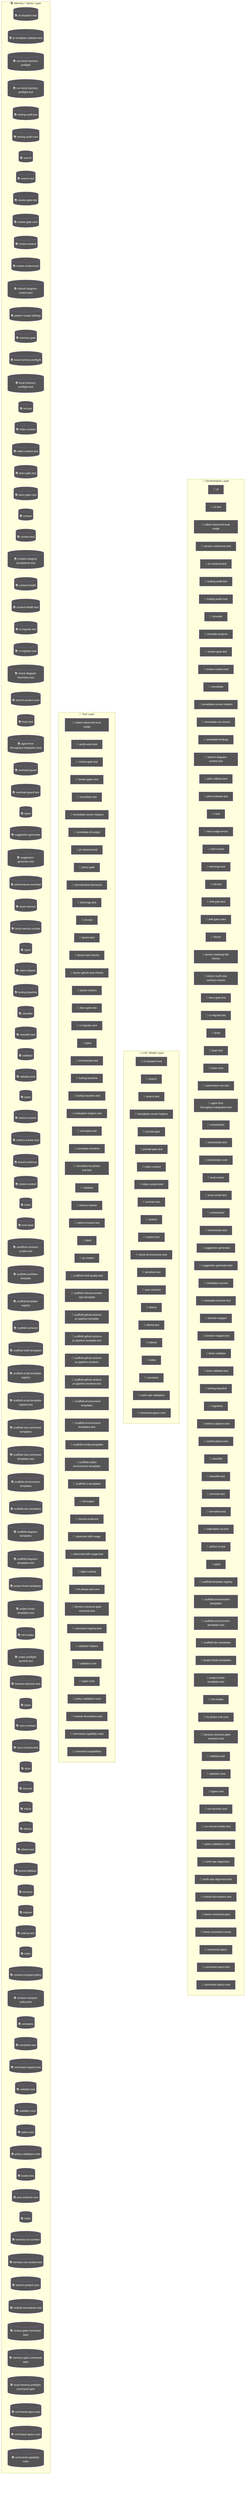
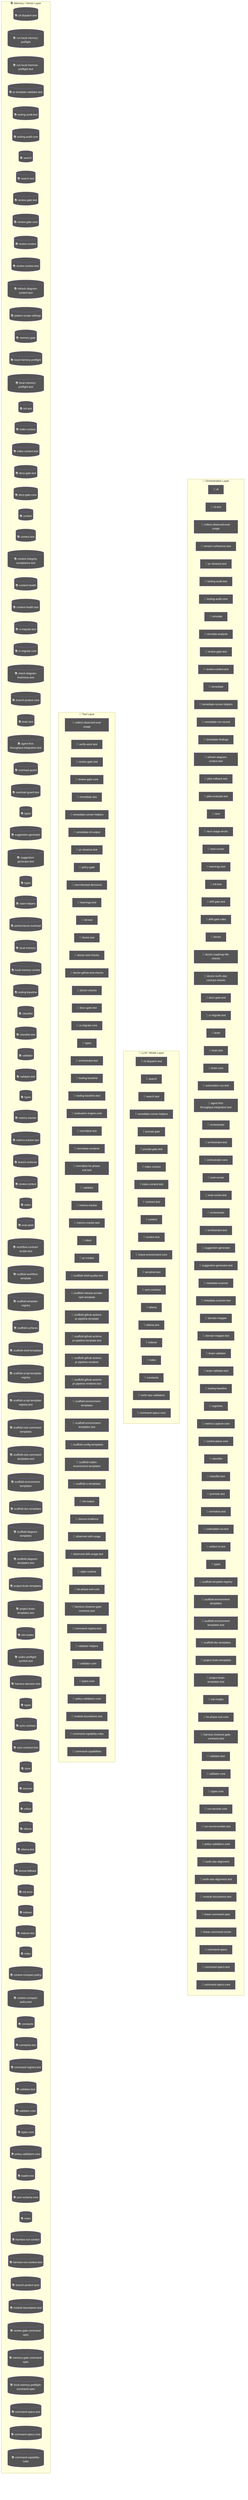
flowchart TD
  subgraph Orchestration["🎯 Orchestration Layer"]
    cli_99bb8840["🤖 cli"]
    cli_test_4851f28b["🤖 cli.test"]
    node_agent_mmd_orchestration_layer_orchestration_coll_37781291["🤖 collect-observed-eval-usage"]
    version_coherence_test_b81c6d8e["🤖 version-coherence.test"]
    pr_closeout_test_12a1ffdd["🤖 pr-closeout.test"]
    node_agent_mmd_orchestration_layer_orchestration_tool_5f9f8adf["🤖 tooling-audit.test"]
    node_agent_mmd_orchestration_layer_orchestration_tool_acfe0c01["🤖 tooling-audit-core"]
    simulate_b9efe395["🤖 simulate"]
    simulate_analysis_164a460c["🤖 simulate-analysis"]
    node_agent_mmd_orchestration_layer_orchestration_revi_ae9f100c["🤖 review-gate.test"]
    node_agent_mmd_orchestration_layer_orchestration_revi_84f25e5b["🤖 review-context.test"]
    remediate_06b9c7fc["🤖 remediate"]
    node_agent_mmd_orchestration_layer_orchestration_reme_359fe98f["🤖 remediate-runner-helpers"]
    remediate_run_record_9dfe5dc1["🤖 remediate-run-record"]
    remediate_findings_8b09c8c6["🤖 remediate-findings"]
    node_agent_mmd_orchestration_layer_orchestration_refr_10a87984["🤖 refresh-diagram-context.test"]
    pilot_rollback_test_e61d5a2b["🤖 pilot-rollback.test"]
    pilot_evaluate_test_a2ac06fc["🤖 pilot-evaluate.test"]
    next_c6c1c9a9["🤖 next"]
    next_usage_errors_837a345a["🤖 next-usage-errors"]
    next_runner_41643472["🤖 next-runner"]
    node_agent_mmd_orchestration_layer_orchestration_lear_5a2a5b08["🤖 learnings.test"]
    node_agent_mmd_orchestration_layer_orchestration_init_daf6ae1b["🤖 init.test"]
    drift_gate_test_816765e3["🤖 drift-gate.test"]
    drift_gate_rules_9685e72d["🤖 drift-gate-rules"]
    doctor_72f4be89["🤖 doctor"]
    doctor_roadmap_file_checks_14447b8e["🤖 doctor-roadmap-file-checks"]
    doctor_north_star_contract_checks_0048124c["🤖 doctor-north-star-contract-checks"]
    node_agent_mmd_orchestration_layer_orchestration_docs_22c7ae60["🤖 docs-gate.test"]
    node_agent_mmd_orchestration_layer_orchestration_ci_m_a6704d8b["🤖 ci-migrate.test"]
    brain_bbbf7a64["🤖 brain"]
    node_agent_mmd_orchestration_layer_orchestration_brai_9c019b6e["🤖 brain.test"]
    brain_core_aa07c380["🤖 brain-core"]
    automation_run_test_7b21d905["🤖 automation-run.test"]
    node_agent_mmd_orchestration_layer_orchestration_agen_eb715f44["🤖 agent-first-throughput.integration.test"]
    orchestrator_11376b7e["🤖 orchestrator"]
    orchestrator_test_18d2fe26["🤖 orchestrator.test"]
    orchestrator_core_d0678b53["🤖 orchestrator-core"]
    eval_runner_0966a6b3["🤖 eval-runner"]
    eval_runner_test_962c8c18["🤖 eval-runner.test"]
    orchestrator_1_6b7137c5["🤖 orchestrator"]
    node_agent_mmd_orchestration_layer_orchestration_orch_af4e7416["🤖 orchestrator.test"]
    node_agent_mmd_orchestration_layer_orchestration_sugg_85c5ebe3["🤖 suggestion-generator"]
    node_agent_mmd_orchestration_layer_orchestration_sugg_d0ad9d8e["🤖 suggestion-generator.test"]
    metadata_scanner_6a101b66["🤖 metadata-scanner"]
    metadata_scanner_test_faee743d["🤖 metadata-scanner.test"]
    domain_mapper_cd9333d2["🤖 domain-mapper"]
    domain_mapper_test_dc5a9896["🤖 domain-mapper.test"]
    brain_validator_be251832["🤖 brain-validator"]
    brain_validator_test_5e40cb72["🤖 brain-validator.test"]
    node_agent_mmd_orchestration_layer_orchestration_tool_cc43149f["🤖 tooling-baseline"]
    registries_06402afa["🤖 registries"]
    metrics_capture_core_db4bf7cf["🤖 metrics-capture-core"]
    control_plane_core_db3b4cb2["🤖 control-plane-core"]
    node_agent_mmd_orchestration_layer_orchestration_clas_899b821a["🤖 classifier"]
    node_agent_mmd_orchestration_layer_orchestration_clas_402e0b3f["🤖 classifier.test"]
    promote_test_5c615269["🤖 promote.test"]
    normalise_test_1_6643dd83["🤖 normalise.test"]
    coderabbit_csv_test_1f36d0a4["🤖 coderabbit-csv.test"]
    artifact_io_test_aac02da3["🤖 artifact-io.test"]
    types_15_86775c96["🤖 types"]
    node_agent_mmd_orchestration_layer_orchestration_scaf_ff8f92f6["🤖 scaffold-template-registry"]
    node_agent_mmd_orchestration_layer_orchestration_scaf_c9a90c2f["🤖 scaffold-environment-templates"]
    node_agent_mmd_orchestration_layer_orchestration_scaf_78d57a93["🤖 scaffold-environment-templates.test"]
    node_agent_mmd_orchestration_layer_orchestration_scaf_12cc07db["🤖 scaffold-doc-templates"]
    node_agent_mmd_orchestration_layer_orchestration_proj_6ab6f60f["🤖 project-brain-templates"]
    node_agent_mmd_orchestration_layer_orchestration_proj_d78b2f4f["🤖 project-brain-templates.test"]
    node_agent_mmd_orchestration_layer_orchestration_init_2a9c3ecb["🤖 init-modes"]
    node_agent_mmd_orchestration_layer_orchestration_he_p_fc778c24["🤖 he-phase-exit-core"]
    node_agent_mmd_orchestration_layer_orchestration_harn_7761fad1["🤖 harness-closeout-gate-contracts.test"]
    node_agent_mmd_orchestration_layer_orchestration_vali_a3b17e45["🤖 validator.test"]
    node_agent_mmd_orchestration_layer_orchestration_vali_d9fe99e6["🤖 validator-core"]
    node_agent_mmd_orchestration_layer_orchestration_type_7cf81261["🤖 types-core"]
    run_records_core_89286dfa["🤖 run-records-core"]
    run_record_emitter_test_5475c0da["🤖 run-record-emitter.test"]
    node_agent_mmd_orchestration_layer_orchestration_poli_3270b55d["🤖 policy-validators-core"]
    north_star_alignment_00440188["🤖 north-star-alignment"]
    north_star_alignment_test_3ae1d69b["🤖 north-star-alignment.test"]
    node_agent_mmd_orchestration_layer_orchestration_modu_72373e29["🤖 module-boundaries.test"]
    linear_command_spec_1e12dd44["🤖 linear-command-spec"]
    linear_command_runner_4a740dfc["🤖 linear-command-runner"]
    command_specs_69167c63["🤖 command-specs"]
    node_agent_mmd_orchestration_layer_orchestration_comm_a137ef0a["🤖 command-specs.test"]
    node_agent_mmd_orchestration_layer_orchestration_comm_1f8cc24c["🤖 command-specs-core"]
  end
  subgraph LLMLayer["🧠 LLM / Model Layer"]
    node_agent_mmd_llm_model_layer_llmlayer_cli_dispatch__7ecbc6e7["💡 cli-dispatch.test"]
    node_agent_mmd_llm_model_layer_llmlayer_search_search_66b9a911["💡 search"]
    node_agent_mmd_llm_model_layer_llmlayer_search_test_s_72d50705["💡 search.test"]
    node_agent_mmd_llm_model_layer_llmlayer_remediate_run_9e3d4585["💡 remediate-runner-helpers"]
    prompt_gate_c5e9d207["💡 prompt-gate"]
    prompt_gate_test_1a442b27["💡 prompt-gate.test"]
    node_agent_mmd_llm_model_layer_llmlayer_index_context_1041bd11["💡 index-context"]
    node_agent_mmd_llm_model_layer_llmlayer_index_context_7e927b45["💡 index-context.test"]
    contract_test_2262847f["💡 contract.test"]
    node_agent_mmd_llm_model_layer_llmlayer_context_conte_ad2dfbd9["💡 context"]
    node_agent_mmd_llm_model_layer_llmlayer_context_test__32277db3["💡 context.test"]
    check_environment_core_2c16213f["💡 check-environment-core"]
    sensitive_text_7c11f760["💡 sensitive-text"]
    node_agent_mmd_llm_model_layer_llmlayer_sync_contract_9f3cc8c1["💡 sync-contract"]
    node_agent_mmd_llm_model_layer_llmlayer_ollama_ollama_968b23fa["💡 ollama"]
    node_agent_mmd_llm_model_layer_llmlayer_ollama_test_o_d62a0b5a["💡 ollama.test"]
    node_agent_mmd_llm_model_layer_llmlayer_indexer_index_4f4deef5["💡 indexer"]
    node_agent_mmd_llm_model_layer_llmlayer_index_index_1_02e160ff["💡 index"]
    node_agent_mmd_llm_model_layer_llmlayer_constants_con_c9bd3f6c["💡 constants"]
    north_star_validators_cfc926ce["💡 north-star-validators"]
    node_agent_mmd_llm_model_layer_llmlayer_command_specs_782af9fa["💡 command-specs-core"]
  end
  subgraph ToolLayer["🔧 Tool Layer"]
    node_agent_mmd_tool_layer_toollayer_collect_observed__f30f627d["🔧 collect-observed-eval-usage"]
    verify_work_test_0e12f6c5["🔧 verify-work.test"]
    node_agent_mmd_tool_layer_toollayer_review_gate_test__548e6c28["🔧 review-gate.test"]
    node_agent_mmd_tool_layer_toollayer_review_gate_core__7704598b["🔧 review-gate-core"]
    remediate_test_6f59cafe["🔧 remediate.test"]
    node_agent_mmd_tool_layer_toollayer_remediate_runner__c003b871["🔧 remediate-runner-helpers"]
    remediate_cli_output_cc165396["🔧 remediate-cli-output"]
    pr_closeout_test_1_be1a0df1["🔧 pr-closeout.test"]
    policy_gate_213f7313["🔧 policy-gate"]
    next_blocked_decisions_4140ad2b["🔧 next-blocked-decisions"]
    node_agent_mmd_tool_layer_toollayer_learnings_test_le_d61f175f["🔧 learnings.test"]
    node_agent_mmd_tool_layer_toollayer_init_test_init_te_ae014ee3["🔧 init.test"]
    doctor_test_e032e8b5["🔧 doctor.test"]
    doctor_tool_checks_4acac51a["🔧 doctor-tool-checks"]
    doctor_github_tool_checks_a53b0382["🔧 doctor-github-tool-checks"]
    doctor_checks_5a2eb2b9["🔧 doctor-checks"]
    node_agent_mmd_tool_layer_toollayer_docs_gate_test_do_ca0c4c21["🔧 docs-gate.test"]
    node_agent_mmd_tool_layer_toollayer_ci_migrate_core_c_049f8460["🔧 ci-migrate-core"]
    types_1_4ecdf56e["🔧 types"]
    node_agent_mmd_tool_layer_toollayer_orchestrator_test_b563c528["🔧 orchestrator.test"]
    node_agent_mmd_tool_layer_toollayer_tooling_baseline__61e66e9f["🔧 tooling-baseline"]
    tooling_baseline_test_d272ddb6["🔧 tooling-baseline.test"]
    evaluation_engine_core_e054fe49["🔧 evaluation-engine-core"]
    normalise_test_73e8a615["🔧 normalise.test"]
    normalise_renderer_85f2e563["🔧 normalise-renderer"]
    normalise_he_phase_exit_test_1788efc4["🔧 normalise-he-phase-exit.test"]
    node_agent_mmd_tool_layer_toollayer_validator_validat_96a84a52["🔧 validator"]
    node_agent_mmd_tool_layer_toollayer_metrics_tracker_m_4c9237d8["🔧 metrics-tracker"]
    node_agent_mmd_tool_layer_toollayer_metrics_tracker_t_8947b778["🔧 metrics-tracker.test"]
    client_1_914e1681["🔧 client"]
    pr_creator_dc6b1ea4["🔧 pr-creator"]
    scaffold_shell_quality_test_79567d03["🔧 scaffold-shell-quality.test"]
    scaffold_release_private_npm_template_075499f8["🔧 scaffold-release-private-npm-template"]
    scaffold_github_actions_pr_pipeline_template_e2b85f62["🔧 scaffold-github-actions-pr-pipeline-template"]
    scaffold_github_actions_pr_pipeline_template_test_be464a7b["🔧 scaffold-github-actions-pr-pipeline-template.test"]
    scaffold_github_actions_pr_pipeline_renderer_1ee18de5["🔧 scaffold-github-actions-pr-pipeline-renderer"]
    scaffold_github_actions_pr_pipeline_renderer_test_2cc38272["🔧 scaffold-github-actions-pr-pipeline-renderer.test"]
    node_agent_mmd_tool_layer_toollayer_scaffold_environm_c1afc013["🔧 scaffold-environment-templates"]
    node_agent_mmd_tool_layer_toollayer_scaffold_environm_1a8f8168["🔧 scaffold-environment-templates.test"]
    scaffold_config_templates_4b80ce53["🔧 scaffold-config-templates"]
    scaffold_codex_environment_templates_334fbbed["🔧 scaffold-codex-environment-templates"]
    scaffold_ci_templates_2afd6392["🔧 scaffold-ci-templates"]
    init_output_360dce91["🔧 init-output"]
    closure_evidence_aaa31467["🔧 closure-evidence"]
    observed_skill_usage_ed7d5930["🔧 observed-skill-usage"]
    observed_skill_usage_test_311c215a["🔧 observed-skill-usage.test"]
    ralph_runtime_73d63c0e["🔧 ralph-runtime"]
    node_agent_mmd_tool_layer_toollayer_he_phase_exit_cor_af016160["🔧 he-phase-exit-core"]
    node_agent_mmd_tool_layer_toollayer_harness_closeout__df9d1dab["🔧 harness-closeout-gate-contracts.test"]
    node_agent_mmd_tool_layer_toollayer_command_registry__cce57abe["🔧 command-registry.test"]
    validator_helpers_7b927667["🔧 validator-helpers"]
    node_agent_mmd_tool_layer_toollayer_validator_core_va_6ef6131f["🔧 validator-core"]
    node_agent_mmd_tool_layer_toollayer_types_core_types__6c8319b6["🔧 types-core"]
    node_agent_mmd_tool_layer_toollayer_policy_validators_af136abf["🔧 policy-validators-core"]
    node_agent_mmd_tool_layer_toollayer_module_boundaries_fecf90b5["🔧 module-boundaries.test"]
    node_agent_mmd_tool_layer_toollayer_command_capabilit_e97a4615["🔧 command-capability-rules"]
    command_capabilities_a4d5c71e["🔧 command-capabilities"]
  end
  subgraph MemoryLayer["📚 Memory / Vector Layer"]
    node_agent_mmd_memory_vector_layer_memorylayer_cli_di_c121353b[("📚 cli-dispatch.test")]
-     pr_template_validator_test_569b1cef[("📚 pr-template-validator.test")]
    run_local_memory_preflight_36e92808[("📚 run-local-memory-preflight")]
    run_local_memory_preflight_test_1d7c5aa0[("📚 run-local-memory-preflight.test")]
+     pr_template_validator_test_569b1cef[("📚 pr-template-validator.test")]
    node_agent_mmd_memory_vector_layer_memorylayer_toolin_48be0fc9[("📚 tooling-audit.test")]
    node_agent_mmd_memory_vector_layer_memorylayer_toolin_a1185b8f[("📚 tooling-audit-core")]
    node_agent_mmd_memory_vector_layer_memorylayer_search_ac35cb7e[("📚 search")]
    node_agent_mmd_memory_vector_layer_memorylayer_search_ebbe6c53[("📚 search.test")]
    node_agent_mmd_memory_vector_layer_memorylayer_review_e0e0b257[("📚 review-gate.test")]
    node_agent_mmd_memory_vector_layer_memorylayer_review_5bee9816[("📚 review-gate-core")]
    review_context_ca6cf81d[("📚 review-context")]
    node_agent_mmd_memory_vector_layer_memorylayer_review_3255d3cf[("📚 review-context.test")]
    node_agent_mmd_memory_vector_layer_memorylayer_refres_b1a0f415[("📚 refresh-diagram-context.test")]
    pattern_scope_siblings_43abe000[("📚 pattern-scope-siblings")]
    memory_gate_a577a506[("📚 memory-gate")]
    local_memory_preflight_dcc36c42[("📚 local-memory-preflight")]
    local_memory_preflight_test_5e323bbf[("📚 local-memory-preflight.test")]
    node_agent_mmd_memory_vector_layer_memorylayer_init_t_bac0fb9d[("📚 init.test")]
    node_agent_mmd_memory_vector_layer_memorylayer_index__6f3402d0[("📚 index-context")]
    node_agent_mmd_memory_vector_layer_memorylayer_index__46fc46d7[("📚 index-context.test")]
    node_agent_mmd_memory_vector_layer_memorylayer_docs_g_2ab7a620[("📚 docs-gate.test")]
    docs_gate_core_eb9b6c18[("📚 docs-gate-core")]
    node_agent_mmd_memory_vector_layer_memorylayer_contex_78ceaaa9[("📚 context")]
    node_agent_mmd_memory_vector_layer_memorylayer_contex_4e7cab00[("📚 context.test")]
    context_integrity_acceptance_test_59f961b1[("📚 context-integrity-acceptance.test")]
    context_health_80bb7da9[("📚 context-health")]
    context_health_test_3b5b87f3[("📚 context-health.test")]
    node_agent_mmd_memory_vector_layer_memorylayer_ci_mig_df76706f[("📚 ci-migrate.test")]
    node_agent_mmd_memory_vector_layer_memorylayer_ci_mig_0cd5b1a4[("📚 ci-migrate-core")]
    check_diagram_freshness_test_c1dc40aa[("📚 check-diagram-freshness.test")]
    branch_protect_core_a8feb0fd[("📚 branch-protect-core")]
    node_agent_mmd_memory_vector_layer_memorylayer_brain__80b5ea48[("📚 brain.test")]
    node_agent_mmd_memory_vector_layer_memorylayer_agent__6f084ab8[("📚 agent-first-throughput.integration.test")]
    overload_guard_2748c559[("📚 overload-guard")]
    overload_guard_test_6ece9f86[("📚 overload-guard.test")]
-     types_3_9675d69b[("📚 types")]
+     types_4_822d0f88[("📚 types")]
    node_agent_mmd_memory_vector_layer_memorylayer_sugges_267f408d[("📚 suggestion-generator")]
    node_agent_mmd_memory_vector_layer_memorylayer_sugges_b043d150[("📚 suggestion-generator.test")]
+     types_7_2f1ed65e[("📚 types")]
+     claim_helpers_20dc8387[("📚 claim-helpers")]
    performance_overload_c685bfcf[("📚 performance-overload")]
    local_memory_0db17ecc[("📚 local-memory")]
    local_memory_smoke_1175abfc[("📚 local-memory-smoke")]
-     types_8_f6283648[("📚 types")]
-     claim_helpers_20dc8387[("📚 claim-helpers")]
    node_agent_mmd_memory_vector_layer_memorylayer_toolin_14f86b00[("📚 tooling-baseline")]
    node_agent_mmd_memory_vector_layer_memorylayer_classi_1ebbf5ff[("📚 classifier")]
    node_agent_mmd_memory_vector_layer_memorylayer_classi_58e617e7[("📚 classifier.test")]
    node_agent_mmd_memory_vector_layer_memorylayer_valida_1b167f63[("📚 validator")]
    validator_test_1_c5015ca0[("📚 validator.test")]
    types_12_2b09659a[("📚 types")]
    node_agent_mmd_memory_vector_layer_memorylayer_metric_12562178[("📚 metrics-tracker")]
    node_agent_mmd_memory_vector_layer_memorylayer_metric_74129788[("📚 metrics-tracker.test")]
    branch_enforcer_acb749cd[("📚 branch-enforcer")]
    review_context_1_e3afed15[("📚 review-context")]
    index_2_10143590[("📚 index")]
    eval_seed_5699fd3e[("📚 eval-seed")]
    workflow_contract_scripts_test_681e2e3c[("📚 workflow-contract-scripts.test")]
    scaffold_workflow_template_92310587[("📚 scaffold-workflow-template")]
    node_agent_mmd_memory_vector_layer_memorylayer_scaffo_a86eece1[("📚 scaffold-template-registry")]
    scaffold_surfaces_12d6494e[("📚 scaffold-surfaces")]
    scaffold_shell_templates_0ad0f915[("📚 scaffold-shell-templates")]
    scaffold_script_template_registry_69312d4e[("📚 scaffold-script-template-registry")]
    scaffold_script_template_registry_test_6a8ebefe[("📚 scaffold-script-template-registry.test")]
    scaffold_root_command_templates_404fed7f[("📚 scaffold-root-command-templates")]
    scaffold_root_command_templates_test_14596939[("📚 scaffold-root-command-templates.test")]
    node_agent_mmd_memory_vector_layer_memorylayer_scaffo_12b42341[("📚 scaffold-environment-templates")]
    node_agent_mmd_memory_vector_layer_memorylayer_scaffo_5fd73b94[("📚 scaffold-doc-templates")]
    scaffold_diagram_templates_dd88e83c[("📚 scaffold-diagram-templates")]
    scaffold_diagram_templates_test_f3774c28[("📚 scaffold-diagram-templates.test")]
    node_agent_mmd_memory_vector_layer_memorylayer_projec_3ae304d9[("📚 project-brain-templates")]
    node_agent_mmd_memory_vector_layer_memorylayer_projec_6048335b[("📚 project-brain-templates.test")]
    node_agent_mmd_memory_vector_layer_memorylayer_init_m_333d02c5[("📚 init-modes")]
    codex_preflight_symlink_test_037558db[("📚 codex-preflight-symlink.test")]
    harness_decision_test_7e5a4fe5[("📚 harness-decision.test")]
    types_18_37582e2a[("📚 types")]
    node_agent_mmd_memory_vector_layer_memorylayer_sync_c_e43418bc[("📚 sync-contract")]
    sync_contract_test_5dc3165c[("📚 sync-contract.test")]
    store_824d80d7[("📚 store")]
    sources_1_e133d97d[("📚 sources")]
    rollout_a4fa034c[("📚 rollout")]
    node_agent_mmd_memory_vector_layer_memorylayer_ollama_6d51be16[("📚 ollama")]
    node_agent_mmd_memory_vector_layer_memorylayer_ollama_d800c0c4[("📚 ollama.test")]
    lexical_fallback_723e2b3e[("📚 lexical-fallback")]
    init_error_5c7dd49f[("📚 init-error")]
    node_agent_mmd_memory_vector_layer_memorylayer_indexe_93e6d86f[("📚 indexer")]
    indexer_test_d492f0aa[("📚 indexer.test")]
    node_agent_mmd_memory_vector_layer_memorylayer_index__752bc61e[("📚 index")]
    context_compact_policy_3dcaf95d[("📚 context-compact-policy")]
    context_compact_policy_test_da148267[("📚 context-compact-policy.test")]
    node_agent_mmd_memory_vector_layer_memorylayer_consta_702d3f46[("📚 constants")]
    constants_test_5492ae98[("📚 constants.test")]
    node_agent_mmd_memory_vector_layer_memorylayer_comman_362247bb[("📚 command-registry.test")]
    node_agent_mmd_memory_vector_layer_memorylayer_valida_caacfcdf[("📚 validator.test")]
    node_agent_mmd_memory_vector_layer_memorylayer_valida_41034356[("📚 validator-core")]
    node_agent_mmd_memory_vector_layer_memorylayer_types__83f369fa[("📚 types-core")]
    node_agent_mmd_memory_vector_layer_memorylayer_policy_1944de42[("📚 policy-validators-core")]
    loader_test_03424671[("📚 loader.test")]
    json_schema_core_96d7e328[("📚 json-schema-core")]
    index_6_fc9e91e2[("📚 index")]
    harness_run_context_ac7c77a9[("📚 harness-run-context")]
    harness_run_context_test_c6937fed[("📚 harness-run-context.test")]
    branch_protect_sync_570adb18[("📚 branch-protect-sync")]
    node_agent_mmd_memory_vector_layer_memorylayer_module_9bfd18b1[("📚 module-boundaries.test")]
    review_gate_command_spec_3187376a[("📚 review-gate-command-spec")]
    memory_gate_command_spec_dc9001a9[("📚 memory-gate-command-spec")]
    local_memory_preflight_command_spec_9e23f3ce[("📚 local-memory-preflight-command-spec")]
    node_agent_mmd_memory_vector_layer_memorylayer_comman_d36d1650[("📚 command-specs.test")]
    node_agent_mmd_memory_vector_layer_memorylayer_comman_111eb454[("📚 command-specs-core")]
    node_agent_mmd_memory_vector_layer_memorylayer_comman_c72a5d05[("📚 command-capability-rules")]
  end
  classDef agentNode fill:#555,color:#fff
  class cli_99bb8840,cli_test_4851f28b,node_agent_mmd_orchestration_layer_orchestration_coll_37781291,node_agent_mmd_tool_layer_toollayer_collect_observed__f30f627d,version_coherence_test_b81c6d8e,pr_closeout_test_12a1ffdd,node_agent_mmd_orchestration_layer_orchestration_tool_5f9f8adf,node_agent_mmd_memory_vector_layer_memorylayer_toolin_48be0fc9,node_agent_mmd_orchestration_layer_orchestration_tool_acfe0c01,node_agent_mmd_memory_vector_layer_memorylayer_toolin_a1185b8f,simulate_b9efe395,simulate_analysis_164a460c,node_agent_mmd_orchestration_layer_orchestration_revi_ae9f100c,node_agent_mmd_tool_layer_toollayer_review_gate_test__548e6c28,node_agent_mmd_memory_vector_layer_memorylayer_review_e0e0b257,node_agent_mmd_orchestration_layer_orchestration_revi_84f25e5b,node_agent_mmd_memory_vector_layer_memorylayer_review_3255d3cf,remediate_06b9c7fc,node_agent_mmd_orchestration_layer_orchestration_reme_359fe98f,node_agent_mmd_llm_model_layer_llmlayer_remediate_run_9e3d4585,node_agent_mmd_tool_layer_toollayer_remediate_runner__c003b871,remediate_run_record_9dfe5dc1,remediate_findings_8b09c8c6,node_agent_mmd_orchestration_layer_orchestration_refr_10a87984,node_agent_mmd_memory_vector_layer_memorylayer_refres_b1a0f415,pilot_rollback_test_e61d5a2b,pilot_evaluate_test_a2ac06fc,next_c6c1c9a9,next_usage_errors_837a345a,next_runner_41643472,node_agent_mmd_orchestration_layer_orchestration_lear_5a2a5b08,node_agent_mmd_tool_layer_toollayer_learnings_test_le_d61f175f,node_agent_mmd_orchestration_layer_orchestration_init_daf6ae1b,node_agent_mmd_tool_layer_toollayer_init_test_init_te_ae014ee3,node_agent_mmd_memory_vector_layer_memorylayer_init_t_bac0fb9d,drift_gate_test_816765e3,drift_gate_rules_9685e72d,doctor_72f4be89,doctor_roadmap_file_checks_14447b8e,doctor_north_star_contract_checks_0048124c,node_agent_mmd_orchestration_layer_orchestration_docs_22c7ae60,node_agent_mmd_tool_layer_toollayer_docs_gate_test_do_ca0c4c21,node_agent_mmd_memory_vector_layer_memorylayer_docs_g_2ab7a620,node_agent_mmd_orchestration_layer_orchestration_ci_m_a6704d8b,node_agent_mmd_memory_vector_layer_memorylayer_ci_mig_df76706f,brain_bbbf7a64,node_agent_mmd_orchestration_layer_orchestration_brai_9c019b6e,node_agent_mmd_memory_vector_layer_memorylayer_brain__80b5ea48,brain_core_aa07c380,automation_run_test_7b21d905,node_agent_mmd_orchestration_layer_orchestration_agen_eb715f44,node_agent_mmd_memory_vector_layer_memorylayer_agent__6f084ab8,orchestrator_11376b7e,orchestrator_test_18d2fe26,orchestrator_core_d0678b53,eval_runner_0966a6b3,eval_runner_test_962c8c18,orchestrator_1_6b7137c5,node_agent_mmd_orchestration_layer_orchestration_orch_af4e7416,node_agent_mmd_tool_layer_toollayer_orchestrator_test_b563c528,node_agent_mmd_orchestration_layer_orchestration_sugg_85c5ebe3,node_agent_mmd_memory_vector_layer_memorylayer_sugges_267f408d,node_agent_mmd_orchestration_layer_orchestration_sugg_d0ad9d8e,node_agent_mmd_memory_vector_layer_memorylayer_sugges_b043d150,metadata_scanner_6a101b66,metadata_scanner_test_faee743d,domain_mapper_cd9333d2,domain_mapper_test_dc5a9896,brain_validator_be251832,brain_validator_test_5e40cb72,node_agent_mmd_orchestration_layer_orchestration_tool_cc43149f,node_agent_mmd_tool_layer_toollayer_tooling_baseline__61e66e9f,node_agent_mmd_memory_vector_layer_memorylayer_toolin_14f86b00,registries_06402afa,metrics_capture_core_db4bf7cf,control_plane_core_db3b4cb2,node_agent_mmd_orchestration_layer_orchestration_clas_899b821a,node_agent_mmd_memory_vector_layer_memorylayer_classi_1ebbf5ff,node_agent_mmd_orchestration_layer_orchestration_clas_402e0b3f,node_agent_mmd_memory_vector_layer_memorylayer_classi_58e617e7,promote_test_5c615269,normalise_test_1_6643dd83,coderabbit_csv_test_1f36d0a4,artifact_io_test_aac02da3,types_15_86775c96,node_agent_mmd_orchestration_layer_orchestration_scaf_ff8f92f6,node_agent_mmd_memory_vector_layer_memorylayer_scaffo_a86eece1,node_agent_mmd_orchestration_layer_orchestration_scaf_c9a90c2f,node_agent_mmd_tool_layer_toollayer_scaffold_environm_c1afc013,node_agent_mmd_memory_vector_layer_memorylayer_scaffo_12b42341,node_agent_mmd_orchestration_layer_orchestration_scaf_78d57a93,node_agent_mmd_tool_layer_toollayer_scaffold_environm_1a8f8168,node_agent_mmd_orchestration_layer_orchestration_scaf_12cc07db,node_agent_mmd_memory_vector_layer_memorylayer_scaffo_5fd73b94,node_agent_mmd_orchestration_layer_orchestration_proj_6ab6f60f,node_agent_mmd_memory_vector_layer_memorylayer_projec_3ae304d9,node_agent_mmd_orchestration_layer_orchestration_proj_d78b2f4f,node_agent_mmd_memory_vector_layer_memorylayer_projec_6048335b,node_agent_mmd_orchestration_layer_orchestration_init_2a9c3ecb,node_agent_mmd_memory_vector_layer_memorylayer_init_m_333d02c5,node_agent_mmd_orchestration_layer_orchestration_he_p_fc778c24,node_agent_mmd_tool_layer_toollayer_he_phase_exit_cor_af016160,node_agent_mmd_orchestration_layer_orchestration_harn_7761fad1,node_agent_mmd_tool_layer_toollayer_harness_closeout__df9d1dab,node_agent_mmd_orchestration_layer_orchestration_vali_a3b17e45,node_agent_mmd_memory_vector_layer_memorylayer_valida_caacfcdf,node_agent_mmd_orchestration_layer_orchestration_vali_d9fe99e6,node_agent_mmd_tool_layer_toollayer_validator_core_va_6ef6131f,node_agent_mmd_memory_vector_layer_memorylayer_valida_41034356,node_agent_mmd_orchestration_layer_orchestration_type_7cf81261,node_agent_mmd_tool_layer_toollayer_types_core_types__6c8319b6,node_agent_mmd_memory_vector_layer_memorylayer_types__83f369fa,run_records_core_89286dfa,run_record_emitter_test_5475c0da,node_agent_mmd_orchestration_layer_orchestration_poli_3270b55d,node_agent_mmd_tool_layer_toollayer_policy_validators_af136abf,node_agent_mmd_memory_vector_layer_memorylayer_policy_1944de42,north_star_alignment_00440188,north_star_alignment_test_3ae1d69b,node_agent_mmd_orchestration_layer_orchestration_modu_72373e29,node_agent_mmd_tool_layer_toollayer_module_boundaries_fecf90b5,node_agent_mmd_memory_vector_layer_memorylayer_module_9bfd18b1,linear_command_spec_1e12dd44,linear_command_runner_4a740dfc,command_specs_69167c63,node_agent_mmd_orchestration_layer_orchestration_comm_a137ef0a,node_agent_mmd_memory_vector_layer_memorylayer_comman_d36d1650,node_agent_mmd_orchestration_layer_orchestration_comm_1f8cc24c,node_agent_mmd_llm_model_layer_llmlayer_command_specs_782af9fa,node_agent_mmd_memory_vector_layer_memorylayer_comman_111eb454 agentNode
  classDef llmNode fill:#555,color:#fff
  class node_agent_mmd_llm_model_layer_llmlayer_cli_dispatch__7ecbc6e7,node_agent_mmd_memory_vector_layer_memorylayer_cli_di_c121353b,node_agent_mmd_llm_model_layer_llmlayer_search_search_66b9a911,node_agent_mmd_memory_vector_layer_memorylayer_search_ac35cb7e,node_agent_mmd_llm_model_layer_llmlayer_search_test_s_72d50705,node_agent_mmd_memory_vector_layer_memorylayer_search_ebbe6c53,node_agent_mmd_orchestration_layer_orchestration_reme_359fe98f,node_agent_mmd_llm_model_layer_llmlayer_remediate_run_9e3d4585,node_agent_mmd_tool_layer_toollayer_remediate_runner__c003b871,prompt_gate_c5e9d207,prompt_gate_test_1a442b27,node_agent_mmd_llm_model_layer_llmlayer_index_context_1041bd11,node_agent_mmd_memory_vector_layer_memorylayer_index__6f3402d0,node_agent_mmd_llm_model_layer_llmlayer_index_context_7e927b45,node_agent_mmd_memory_vector_layer_memorylayer_index__46fc46d7,contract_test_2262847f,node_agent_mmd_llm_model_layer_llmlayer_context_conte_ad2dfbd9,node_agent_mmd_memory_vector_layer_memorylayer_contex_78ceaaa9,node_agent_mmd_llm_model_layer_llmlayer_context_test__32277db3,node_agent_mmd_memory_vector_layer_memorylayer_contex_4e7cab00,check_environment_core_2c16213f,sensitive_text_7c11f760,node_agent_mmd_llm_model_layer_llmlayer_sync_contract_9f3cc8c1,node_agent_mmd_memory_vector_layer_memorylayer_sync_c_e43418bc,node_agent_mmd_llm_model_layer_llmlayer_ollama_ollama_968b23fa,node_agent_mmd_memory_vector_layer_memorylayer_ollama_6d51be16,node_agent_mmd_llm_model_layer_llmlayer_ollama_test_o_d62a0b5a,node_agent_mmd_memory_vector_layer_memorylayer_ollama_d800c0c4,node_agent_mmd_llm_model_layer_llmlayer_indexer_index_4f4deef5,node_agent_mmd_memory_vector_layer_memorylayer_indexe_93e6d86f,node_agent_mmd_llm_model_layer_llmlayer_index_index_1_02e160ff,node_agent_mmd_memory_vector_layer_memorylayer_index__752bc61e,node_agent_mmd_llm_model_layer_llmlayer_constants_con_c9bd3f6c,node_agent_mmd_memory_vector_layer_memorylayer_consta_702d3f46,north_star_validators_cfc926ce,node_agent_mmd_orchestration_layer_orchestration_comm_1f8cc24c,node_agent_mmd_llm_model_layer_llmlayer_command_specs_782af9fa,node_agent_mmd_memory_vector_layer_memorylayer_comman_111eb454 llmNode
  classDef toolNode fill:#555,color:#fff
  class node_agent_mmd_orchestration_layer_orchestration_coll_37781291,node_agent_mmd_tool_layer_toollayer_collect_observed__f30f627d,verify_work_test_0e12f6c5,node_agent_mmd_orchestration_layer_orchestration_revi_ae9f100c,node_agent_mmd_tool_layer_toollayer_review_gate_test__548e6c28,node_agent_mmd_memory_vector_layer_memorylayer_review_e0e0b257,node_agent_mmd_tool_layer_toollayer_review_gate_core__7704598b,node_agent_mmd_memory_vector_layer_memorylayer_review_5bee9816,remediate_test_6f59cafe,node_agent_mmd_orchestration_layer_orchestration_reme_359fe98f,node_agent_mmd_llm_model_layer_llmlayer_remediate_run_9e3d4585,node_agent_mmd_tool_layer_toollayer_remediate_runner__c003b871,remediate_cli_output_cc165396,pr_closeout_test_1_be1a0df1,policy_gate_213f7313,next_blocked_decisions_4140ad2b,node_agent_mmd_orchestration_layer_orchestration_lear_5a2a5b08,node_agent_mmd_tool_layer_toollayer_learnings_test_le_d61f175f,node_agent_mmd_orchestration_layer_orchestration_init_daf6ae1b,node_agent_mmd_tool_layer_toollayer_init_test_init_te_ae014ee3,node_agent_mmd_memory_vector_layer_memorylayer_init_t_bac0fb9d,doctor_test_e032e8b5,doctor_tool_checks_4acac51a,doctor_github_tool_checks_a53b0382,doctor_checks_5a2eb2b9,node_agent_mmd_orchestration_layer_orchestration_docs_22c7ae60,node_agent_mmd_tool_layer_toollayer_docs_gate_test_do_ca0c4c21,node_agent_mmd_memory_vector_layer_memorylayer_docs_g_2ab7a620,node_agent_mmd_tool_layer_toollayer_ci_migrate_core_c_049f8460,node_agent_mmd_memory_vector_layer_memorylayer_ci_mig_0cd5b1a4,types_1_4ecdf56e,node_agent_mmd_orchestration_layer_orchestration_orch_af4e7416,node_agent_mmd_tool_layer_toollayer_orchestrator_test_b563c528,node_agent_mmd_orchestration_layer_orchestration_tool_cc43149f,node_agent_mmd_tool_layer_toollayer_tooling_baseline__61e66e9f,node_agent_mmd_memory_vector_layer_memorylayer_toolin_14f86b00,tooling_baseline_test_d272ddb6,evaluation_engine_core_e054fe49,normalise_test_73e8a615,normalise_renderer_85f2e563,normalise_he_phase_exit_test_1788efc4,node_agent_mmd_tool_layer_toollayer_validator_validat_96a84a52,node_agent_mmd_memory_vector_layer_memorylayer_valida_1b167f63,node_agent_mmd_tool_layer_toollayer_metrics_tracker_m_4c9237d8,node_agent_mmd_memory_vector_layer_memorylayer_metric_12562178,node_agent_mmd_tool_layer_toollayer_metrics_tracker_t_8947b778,node_agent_mmd_memory_vector_layer_memorylayer_metric_74129788,client_1_914e1681,pr_creator_dc6b1ea4,scaffold_shell_quality_test_79567d03,scaffold_release_private_npm_template_075499f8,scaffold_github_actions_pr_pipeline_template_e2b85f62,scaffold_github_actions_pr_pipeline_template_test_be464a7b,scaffold_github_actions_pr_pipeline_renderer_1ee18de5,scaffold_github_actions_pr_pipeline_renderer_test_2cc38272,node_agent_mmd_orchestration_layer_orchestration_scaf_c9a90c2f,node_agent_mmd_tool_layer_toollayer_scaffold_environm_c1afc013,node_agent_mmd_memory_vector_layer_memorylayer_scaffo_12b42341,node_agent_mmd_orchestration_layer_orchestration_scaf_78d57a93,node_agent_mmd_tool_layer_toollayer_scaffold_environm_1a8f8168,scaffold_config_templates_4b80ce53,scaffold_codex_environment_templates_334fbbed,scaffold_ci_templates_2afd6392,init_output_360dce91,closure_evidence_aaa31467,observed_skill_usage_ed7d5930,observed_skill_usage_test_311c215a,ralph_runtime_73d63c0e,node_agent_mmd_orchestration_layer_orchestration_he_p_fc778c24,node_agent_mmd_tool_layer_toollayer_he_phase_exit_cor_af016160,node_agent_mmd_orchestration_layer_orchestration_harn_7761fad1,node_agent_mmd_tool_layer_toollayer_harness_closeout__df9d1dab,node_agent_mmd_tool_layer_toollayer_command_registry__cce57abe,node_agent_mmd_memory_vector_layer_memorylayer_comman_362247bb,validator_helpers_7b927667,node_agent_mmd_orchestration_layer_orchestration_vali_d9fe99e6,node_agent_mmd_tool_layer_toollayer_validator_core_va_6ef6131f,node_agent_mmd_memory_vector_layer_memorylayer_valida_41034356,node_agent_mmd_orchestration_layer_orchestration_type_7cf81261,node_agent_mmd_tool_layer_toollayer_types_core_types__6c8319b6,node_agent_mmd_memory_vector_layer_memorylayer_types__83f369fa,node_agent_mmd_orchestration_layer_orchestration_poli_3270b55d,node_agent_mmd_tool_layer_toollayer_policy_validators_af136abf,node_agent_mmd_memory_vector_layer_memorylayer_policy_1944de42,node_agent_mmd_orchestration_layer_orchestration_modu_72373e29,node_agent_mmd_tool_layer_toollayer_module_boundaries_fecf90b5,node_agent_mmd_memory_vector_layer_memorylayer_module_9bfd18b1,node_agent_mmd_tool_layer_toollayer_command_capabilit_e97a4615,node_agent_mmd_memory_vector_layer_memorylayer_comman_c72a5d05,command_capabilities_a4d5c71e toolNode
  classDef memNode fill:#555,color:#fff
-   class node_agent_mmd_llm_model_layer_llmlayer_cli_dispatch__7ecbc6e7,node_agent_mmd_memory_vector_layer_memorylayer_cli_di_c121353b,pr_template_validator_test_569b1cef,run_local_memory_preflight_36e92808,run_local_memory_preflight_test_1d7c5aa0,node_agent_mmd_orchestration_layer_orchestration_tool_5f9f8adf,node_agent_mmd_memory_vector_layer_memorylayer_toolin_48be0fc9,node_agent_mmd_orchestration_layer_orchestration_tool_acfe0c01,node_agent_mmd_memory_vector_layer_memorylayer_toolin_a1185b8f,node_agent_mmd_llm_model_layer_llmlayer_search_search_66b9a911,node_agent_mmd_memory_vector_layer_memorylayer_search_ac35cb7e,node_agent_mmd_llm_model_layer_llmlayer_search_test_s_72d50705,node_agent_mmd_memory_vector_layer_memorylayer_search_ebbe6c53,node_agent_mmd_orchestration_layer_orchestration_revi_ae9f100c,node_agent_mmd_tool_layer_toollayer_review_gate_test__548e6c28,node_agent_mmd_memory_vector_layer_memorylayer_review_e0e0b257,node_agent_mmd_tool_layer_toollayer_review_gate_core__7704598b,node_agent_mmd_memory_vector_layer_memorylayer_review_5bee9816,review_context_ca6cf81d,node_agent_mmd_orchestration_layer_orchestration_revi_84f25e5b,node_agent_mmd_memory_vector_layer_memorylayer_review_3255d3cf,node_agent_mmd_orchestration_layer_orchestration_refr_10a87984,node_agent_mmd_memory_vector_layer_memorylayer_refres_b1a0f415,pattern_scope_siblings_43abe000,memory_gate_a577a506,local_memory_preflight_dcc36c42,local_memory_preflight_test_5e323bbf,node_agent_mmd_orchestration_layer_orchestration_init_daf6ae1b,node_agent_mmd_tool_layer_toollayer_init_test_init_te_ae014ee3,node_agent_mmd_memory_vector_layer_memorylayer_init_t_bac0fb9d,node_agent_mmd_llm_model_layer_llmlayer_index_context_1041bd11,node_agent_mmd_memory_vector_layer_memorylayer_index__6f3402d0,node_agent_mmd_llm_model_layer_llmlayer_index_context_7e927b45,node_agent_mmd_memory_vector_layer_memorylayer_index__46fc46d7,node_agent_mmd_orchestration_layer_orchestration_docs_22c7ae60,node_agent_mmd_tool_layer_toollayer_docs_gate_test_do_ca0c4c21,node_agent_mmd_memory_vector_layer_memorylayer_docs_g_2ab7a620,docs_gate_core_eb9b6c18,node_agent_mmd_llm_model_layer_llmlayer_context_conte_ad2dfbd9,node_agent_mmd_memory_vector_layer_memorylayer_contex_78ceaaa9,node_agent_mmd_llm_model_layer_llmlayer_context_test__32277db3,node_agent_mmd_memory_vector_layer_memorylayer_contex_4e7cab00,context_integrity_acceptance_test_59f961b1,context_health_80bb7da9,context_health_test_3b5b87f3,node_agent_mmd_orchestration_layer_orchestration_ci_m_a6704d8b,node_agent_mmd_memory_vector_layer_memorylayer_ci_mig_df76706f,node_agent_mmd_tool_layer_toollayer_ci_migrate_core_c_049f8460,node_agent_mmd_memory_vector_layer_memorylayer_ci_mig_0cd5b1a4,check_diagram_freshness_test_c1dc40aa,branch_protect_core_a8feb0fd,node_agent_mmd_orchestration_layer_orchestration_brai_9c019b6e,node_agent_mmd_memory_vector_layer_memorylayer_brain__80b5ea48,node_agent_mmd_orchestration_layer_orchestration_agen_eb715f44,node_agent_mmd_memory_vector_layer_memorylayer_agent__6f084ab8,overload_guard_2748c559,overload_guard_test_6ece9f86,types_3_9675d69b,node_agent_mmd_orchestration_layer_orchestration_sugg_85c5ebe3,node_agent_mmd_memory_vector_layer_memorylayer_sugges_267f408d,node_agent_mmd_orchestration_layer_orchestration_sugg_d0ad9d8e,node_agent_mmd_memory_vector_layer_memorylayer_sugges_b043d150,performance_overload_c685bfcf,local_memory_0db17ecc,local_memory_smoke_1175abfc,types_8_f6283648,claim_helpers_20dc8387,node_agent_mmd_orchestration_layer_orchestration_tool_cc43149f,node_agent_mmd_tool_layer_toollayer_tooling_baseline__61e66e9f,node_agent_mmd_memory_vector_layer_memorylayer_toolin_14f86b00,node_agent_mmd_orchestration_layer_orchestration_clas_899b821a,node_agent_mmd_memory_vector_layer_memorylayer_classi_1ebbf5ff,node_agent_mmd_orchestration_layer_orchestration_clas_402e0b3f,node_agent_mmd_memory_vector_layer_memorylayer_classi_58e617e7,node_agent_mmd_tool_layer_toollayer_validator_validat_96a84a52,node_agent_mmd_memory_vector_layer_memorylayer_valida_1b167f63,validator_test_1_c5015ca0,types_12_2b09659a,node_agent_mmd_tool_layer_toollayer_metrics_tracker_m_4c9237d8,node_agent_mmd_memory_vector_layer_memorylayer_metric_12562178,node_agent_mmd_tool_layer_toollayer_metrics_tracker_t_8947b778,node_agent_mmd_memory_vector_layer_memorylayer_metric_74129788,branch_enforcer_acb749cd,review_context_1_e3afed15,index_2_10143590,eval_seed_5699fd3e,workflow_contract_scripts_test_681e2e3c,scaffold_workflow_template_92310587,node_agent_mmd_orchestration_layer_orchestration_scaf_ff8f92f6,node_agent_mmd_memory_vector_layer_memorylayer_scaffo_a86eece1,scaffold_surfaces_12d6494e,scaffold_shell_templates_0ad0f915,scaffold_script_template_registry_69312d4e,scaffold_script_template_registry_test_6a8ebefe,scaffold_root_command_templates_404fed7f,scaffold_root_command_templates_test_14596939,node_agent_mmd_orchestration_layer_orchestration_scaf_c9a90c2f,node_agent_mmd_tool_layer_toollayer_scaffold_environm_c1afc013,node_agent_mmd_memory_vector_layer_memorylayer_scaffo_12b42341,node_agent_mmd_orchestration_layer_orchestration_scaf_12cc07db,node_agent_mmd_memory_vector_layer_memorylayer_scaffo_5fd73b94,scaffold_diagram_templates_dd88e83c,scaffold_diagram_templates_test_f3774c28,node_agent_mmd_orchestration_layer_orchestration_proj_6ab6f60f,node_agent_mmd_memory_vector_layer_memorylayer_projec_3ae304d9,node_agent_mmd_orchestration_layer_orchestration_proj_d78b2f4f,node_agent_mmd_memory_vector_layer_memorylayer_projec_6048335b,node_agent_mmd_orchestration_layer_orchestration_init_2a9c3ecb,node_agent_mmd_memory_vector_layer_memorylayer_init_m_333d02c5,codex_preflight_symlink_test_037558db,harness_decision_test_7e5a4fe5,types_18_37582e2a,node_agent_mmd_llm_model_layer_llmlayer_sync_contract_9f3cc8c1,node_agent_mmd_memory_vector_layer_memorylayer_sync_c_e43418bc,sync_contract_test_5dc3165c,store_824d80d7,sources_1_e133d97d,rollout_a4fa034c,node_agent_mmd_llm_model_layer_llmlayer_ollama_ollama_968b23fa,node_agent_mmd_memory_vector_layer_memorylayer_ollama_6d51be16,node_agent_mmd_llm_model_layer_llmlayer_ollama_test_o_d62a0b5a,node_agent_mmd_memory_vector_layer_memorylayer_ollama_d800c0c4,lexical_fallback_723e2b3e,init_error_5c7dd49f,node_agent_mmd_llm_model_layer_llmlayer_indexer_index_4f4deef5,node_agent_mmd_memory_vector_layer_memorylayer_indexe_93e6d86f,indexer_test_d492f0aa,node_agent_mmd_llm_model_layer_llmlayer_index_index_1_02e160ff,node_agent_mmd_memory_vector_layer_memorylayer_index__752bc61e,context_compact_policy_3dcaf95d,context_compact_policy_test_da148267,node_agent_mmd_llm_model_layer_llmlayer_constants_con_c9bd3f6c,node_agent_mmd_memory_vector_layer_memorylayer_consta_702d3f46,constants_test_5492ae98,node_agent_mmd_tool_layer_toollayer_command_registry__cce57abe,node_agent_mmd_memory_vector_layer_memorylayer_comman_362247bb,node_agent_mmd_orchestration_layer_orchestration_vali_a3b17e45,node_agent_mmd_memory_vector_layer_memorylayer_valida_caacfcdf,node_agent_mmd_orchestration_layer_orchestration_vali_d9fe99e6,node_agent_mmd_tool_layer_toollayer_validator_core_va_6ef6131f,node_agent_mmd_memory_vector_layer_memorylayer_valida_41034356,node_agent_mmd_orchestration_layer_orchestration_type_7cf81261,node_agent_mmd_tool_layer_toollayer_types_core_types__6c8319b6,node_agent_mmd_memory_vector_layer_memorylayer_types__83f369fa,node_agent_mmd_orchestration_layer_orchestration_poli_3270b55d,node_agent_mmd_tool_layer_toollayer_policy_validators_af136abf,node_agent_mmd_memory_vector_layer_memorylayer_policy_1944de42,loader_test_03424671,json_schema_core_96d7e328,index_6_fc9e91e2,harness_run_context_ac7c77a9,harness_run_context_test_c6937fed,branch_protect_sync_570adb18,node_agent_mmd_orchestration_layer_orchestration_modu_72373e29,node_agent_mmd_tool_layer_toollayer_module_boundaries_fecf90b5,node_agent_mmd_memory_vector_layer_memorylayer_module_9bfd18b1,review_gate_command_spec_3187376a,memory_gate_command_spec_dc9001a9,local_memory_preflight_command_spec_9e23f3ce,node_agent_mmd_orchestration_layer_orchestration_comm_a137ef0a,node_agent_mmd_memory_vector_layer_memorylayer_comman_d36d1650,node_agent_mmd_orchestration_layer_orchestration_comm_1f8cc24c,node_agent_mmd_llm_model_layer_llmlayer_command_specs_782af9fa,node_agent_mmd_memory_vector_layer_memorylayer_comman_111eb454,node_agent_mmd_tool_layer_toollayer_command_capabilit_e97a4615,node_agent_mmd_memory_vector_layer_memorylayer_comman_c72a5d05 memNode
+   class node_agent_mmd_llm_model_layer_llmlayer_cli_dispatch__7ecbc6e7,node_agent_mmd_memory_vector_layer_memorylayer_cli_di_c121353b,run_local_memory_preflight_36e92808,run_local_memory_preflight_test_1d7c5aa0,pr_template_validator_test_569b1cef,node_agent_mmd_orchestration_layer_orchestration_tool_5f9f8adf,node_agent_mmd_memory_vector_layer_memorylayer_toolin_48be0fc9,node_agent_mmd_orchestration_layer_orchestration_tool_acfe0c01,node_agent_mmd_memory_vector_layer_memorylayer_toolin_a1185b8f,node_agent_mmd_llm_model_layer_llmlayer_search_search_66b9a911,node_agent_mmd_memory_vector_layer_memorylayer_search_ac35cb7e,node_agent_mmd_llm_model_layer_llmlayer_search_test_s_72d50705,node_agent_mmd_memory_vector_layer_memorylayer_search_ebbe6c53,node_agent_mmd_orchestration_layer_orchestration_revi_ae9f100c,node_agent_mmd_tool_layer_toollayer_review_gate_test__548e6c28,node_agent_mmd_memory_vector_layer_memorylayer_review_e0e0b257,node_agent_mmd_tool_layer_toollayer_review_gate_core__7704598b,node_agent_mmd_memory_vector_layer_memorylayer_review_5bee9816,review_context_ca6cf81d,node_agent_mmd_orchestration_layer_orchestration_revi_84f25e5b,node_agent_mmd_memory_vector_layer_memorylayer_review_3255d3cf,node_agent_mmd_orchestration_layer_orchestration_refr_10a87984,node_agent_mmd_memory_vector_layer_memorylayer_refres_b1a0f415,pattern_scope_siblings_43abe000,memory_gate_a577a506,local_memory_preflight_dcc36c42,local_memory_preflight_test_5e323bbf,node_agent_mmd_orchestration_layer_orchestration_init_daf6ae1b,node_agent_mmd_tool_layer_toollayer_init_test_init_te_ae014ee3,node_agent_mmd_memory_vector_layer_memorylayer_init_t_bac0fb9d,node_agent_mmd_llm_model_layer_llmlayer_index_context_1041bd11,node_agent_mmd_memory_vector_layer_memorylayer_index__6f3402d0,node_agent_mmd_llm_model_layer_llmlayer_index_context_7e927b45,node_agent_mmd_memory_vector_layer_memorylayer_index__46fc46d7,node_agent_mmd_orchestration_layer_orchestration_docs_22c7ae60,node_agent_mmd_tool_layer_toollayer_docs_gate_test_do_ca0c4c21,node_agent_mmd_memory_vector_layer_memorylayer_docs_g_2ab7a620,docs_gate_core_eb9b6c18,node_agent_mmd_llm_model_layer_llmlayer_context_conte_ad2dfbd9,node_agent_mmd_memory_vector_layer_memorylayer_contex_78ceaaa9,node_agent_mmd_llm_model_layer_llmlayer_context_test__32277db3,node_agent_mmd_memory_vector_layer_memorylayer_contex_4e7cab00,context_integrity_acceptance_test_59f961b1,context_health_80bb7da9,context_health_test_3b5b87f3,node_agent_mmd_orchestration_layer_orchestration_ci_m_a6704d8b,node_agent_mmd_memory_vector_layer_memorylayer_ci_mig_df76706f,node_agent_mmd_tool_layer_toollayer_ci_migrate_core_c_049f8460,node_agent_mmd_memory_vector_layer_memorylayer_ci_mig_0cd5b1a4,check_diagram_freshness_test_c1dc40aa,branch_protect_core_a8feb0fd,node_agent_mmd_orchestration_layer_orchestration_brai_9c019b6e,node_agent_mmd_memory_vector_layer_memorylayer_brain__80b5ea48,node_agent_mmd_orchestration_layer_orchestration_agen_eb715f44,node_agent_mmd_memory_vector_layer_memorylayer_agent__6f084ab8,overload_guard_2748c559,overload_guard_test_6ece9f86,types_4_822d0f88,node_agent_mmd_orchestration_layer_orchestration_sugg_85c5ebe3,node_agent_mmd_memory_vector_layer_memorylayer_sugges_267f408d,node_agent_mmd_orchestration_layer_orchestration_sugg_d0ad9d8e,node_agent_mmd_memory_vector_layer_memorylayer_sugges_b043d150,types_7_2f1ed65e,claim_helpers_20dc8387,performance_overload_c685bfcf,local_memory_0db17ecc,local_memory_smoke_1175abfc,node_agent_mmd_orchestration_layer_orchestration_tool_cc43149f,node_agent_mmd_tool_layer_toollayer_tooling_baseline__61e66e9f,node_agent_mmd_memory_vector_layer_memorylayer_toolin_14f86b00,node_agent_mmd_orchestration_layer_orchestration_clas_899b821a,node_agent_mmd_memory_vector_layer_memorylayer_classi_1ebbf5ff,node_agent_mmd_orchestration_layer_orchestration_clas_402e0b3f,node_agent_mmd_memory_vector_layer_memorylayer_classi_58e617e7,node_agent_mmd_tool_layer_toollayer_validator_validat_96a84a52,node_agent_mmd_memory_vector_layer_memorylayer_valida_1b167f63,validator_test_1_c5015ca0,types_12_2b09659a,node_agent_mmd_tool_layer_toollayer_metrics_tracker_m_4c9237d8,node_agent_mmd_memory_vector_layer_memorylayer_metric_12562178,node_agent_mmd_tool_layer_toollayer_metrics_tracker_t_8947b778,node_agent_mmd_memory_vector_layer_memorylayer_metric_74129788,branch_enforcer_acb749cd,review_context_1_e3afed15,index_2_10143590,eval_seed_5699fd3e,workflow_contract_scripts_test_681e2e3c,scaffold_workflow_template_92310587,node_agent_mmd_orchestration_layer_orchestration_scaf_ff8f92f6,node_agent_mmd_memory_vector_layer_memorylayer_scaffo_a86eece1,scaffold_surfaces_12d6494e,scaffold_shell_templates_0ad0f915,scaffold_script_template_registry_69312d4e,scaffold_script_template_registry_test_6a8ebefe,scaffold_root_command_templates_404fed7f,scaffold_root_command_templates_test_14596939,node_agent_mmd_orchestration_layer_orchestration_scaf_c9a90c2f,node_agent_mmd_tool_layer_toollayer_scaffold_environm_c1afc013,node_agent_mmd_memory_vector_layer_memorylayer_scaffo_12b42341,node_agent_mmd_orchestration_layer_orchestration_scaf_12cc07db,node_agent_mmd_memory_vector_layer_memorylayer_scaffo_5fd73b94,scaffold_diagram_templates_dd88e83c,scaffold_diagram_templates_test_f3774c28,node_agent_mmd_orchestration_layer_orchestration_proj_6ab6f60f,node_agent_mmd_memory_vector_layer_memorylayer_projec_3ae304d9,node_agent_mmd_orchestration_layer_orchestration_proj_d78b2f4f,node_agent_mmd_memory_vector_layer_memorylayer_projec_6048335b,node_agent_mmd_orchestration_layer_orchestration_init_2a9c3ecb,node_agent_mmd_memory_vector_layer_memorylayer_init_m_333d02c5,codex_preflight_symlink_test_037558db,harness_decision_test_7e5a4fe5,types_18_37582e2a,node_agent_mmd_llm_model_layer_llmlayer_sync_contract_9f3cc8c1,node_agent_mmd_memory_vector_layer_memorylayer_sync_c_e43418bc,sync_contract_test_5dc3165c,store_824d80d7,sources_1_e133d97d,rollout_a4fa034c,node_agent_mmd_llm_model_layer_llmlayer_ollama_ollama_968b23fa,node_agent_mmd_memory_vector_layer_memorylayer_ollama_6d51be16,node_agent_mmd_llm_model_layer_llmlayer_ollama_test_o_d62a0b5a,node_agent_mmd_memory_vector_layer_memorylayer_ollama_d800c0c4,lexical_fallback_723e2b3e,init_error_5c7dd49f,node_agent_mmd_llm_model_layer_llmlayer_indexer_index_4f4deef5,node_agent_mmd_memory_vector_layer_memorylayer_indexe_93e6d86f,indexer_test_d492f0aa,node_agent_mmd_llm_model_layer_llmlayer_index_index_1_02e160ff,node_agent_mmd_memory_vector_layer_memorylayer_index__752bc61e,context_compact_policy_3dcaf95d,context_compact_policy_test_da148267,node_agent_mmd_llm_model_layer_llmlayer_constants_con_c9bd3f6c,node_agent_mmd_memory_vector_layer_memorylayer_consta_702d3f46,constants_test_5492ae98,node_agent_mmd_tool_layer_toollayer_command_registry__cce57abe,node_agent_mmd_memory_vector_layer_memorylayer_comman_362247bb,node_agent_mmd_orchestration_layer_orchestration_vali_a3b17e45,node_agent_mmd_memory_vector_layer_memorylayer_valida_caacfcdf,node_agent_mmd_orchestration_layer_orchestration_vali_d9fe99e6,node_agent_mmd_tool_layer_toollayer_validator_core_va_6ef6131f,node_agent_mmd_memory_vector_layer_memorylayer_valida_41034356,node_agent_mmd_orchestration_layer_orchestration_type_7cf81261,node_agent_mmd_tool_layer_toollayer_types_core_types__6c8319b6,node_agent_mmd_memory_vector_layer_memorylayer_types__83f369fa,node_agent_mmd_orchestration_layer_orchestration_poli_3270b55d,node_agent_mmd_tool_layer_toollayer_policy_validators_af136abf,node_agent_mmd_memory_vector_layer_memorylayer_policy_1944de42,loader_test_03424671,json_schema_core_96d7e328,index_6_fc9e91e2,harness_run_context_ac7c77a9,harness_run_context_test_c6937fed,branch_protect_sync_570adb18,node_agent_mmd_orchestration_layer_orchestration_modu_72373e29,node_agent_mmd_tool_layer_toollayer_module_boundaries_fecf90b5,node_agent_mmd_memory_vector_layer_memorylayer_module_9bfd18b1,review_gate_command_spec_3187376a,memory_gate_command_spec_dc9001a9,local_memory_preflight_command_spec_9e23f3ce,node_agent_mmd_orchestration_layer_orchestration_comm_a137ef0a,node_agent_mmd_memory_vector_layer_memorylayer_comman_d36d1650,node_agent_mmd_orchestration_layer_orchestration_comm_1f8cc24c,node_agent_mmd_llm_model_layer_llmlayer_command_specs_782af9fa,node_agent_mmd_memory_vector_layer_memorylayer_comman_111eb454,node_agent_mmd_tool_layer_toollayer_command_capabilit_e97a4615,node_agent_mmd_memory_vector_layer_memorylayer_comman_c72a5d05 memNode
